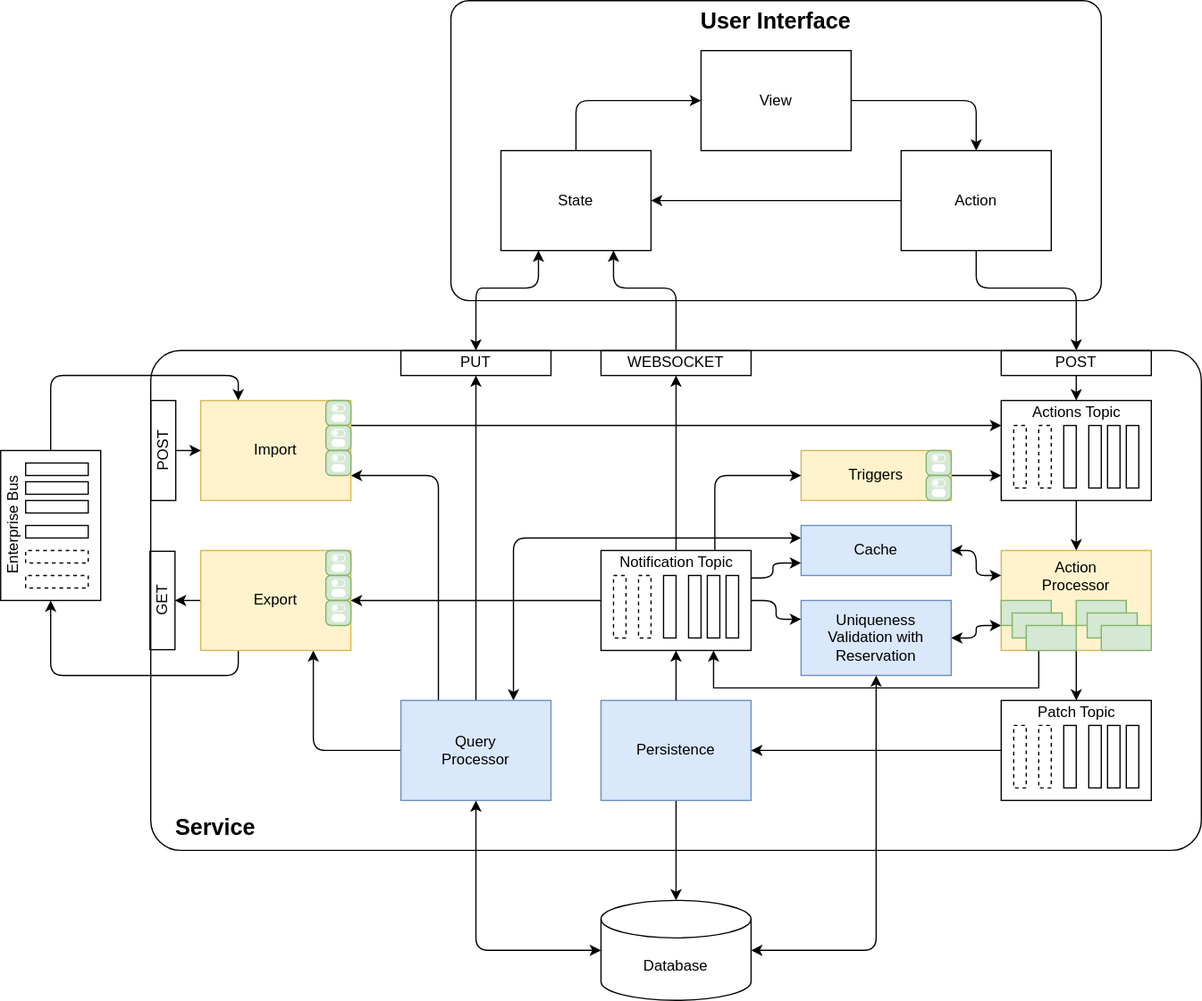
YuriyGorvitovskiy/state-patch-sql keeps this draw.io diagram as architecture-overview.svg. Above is the earlier version. Source tidied: cells renumbered, new cells last; positions are measured from the earlier drawing's top-left corner, leaving out a move shared by most shapes.
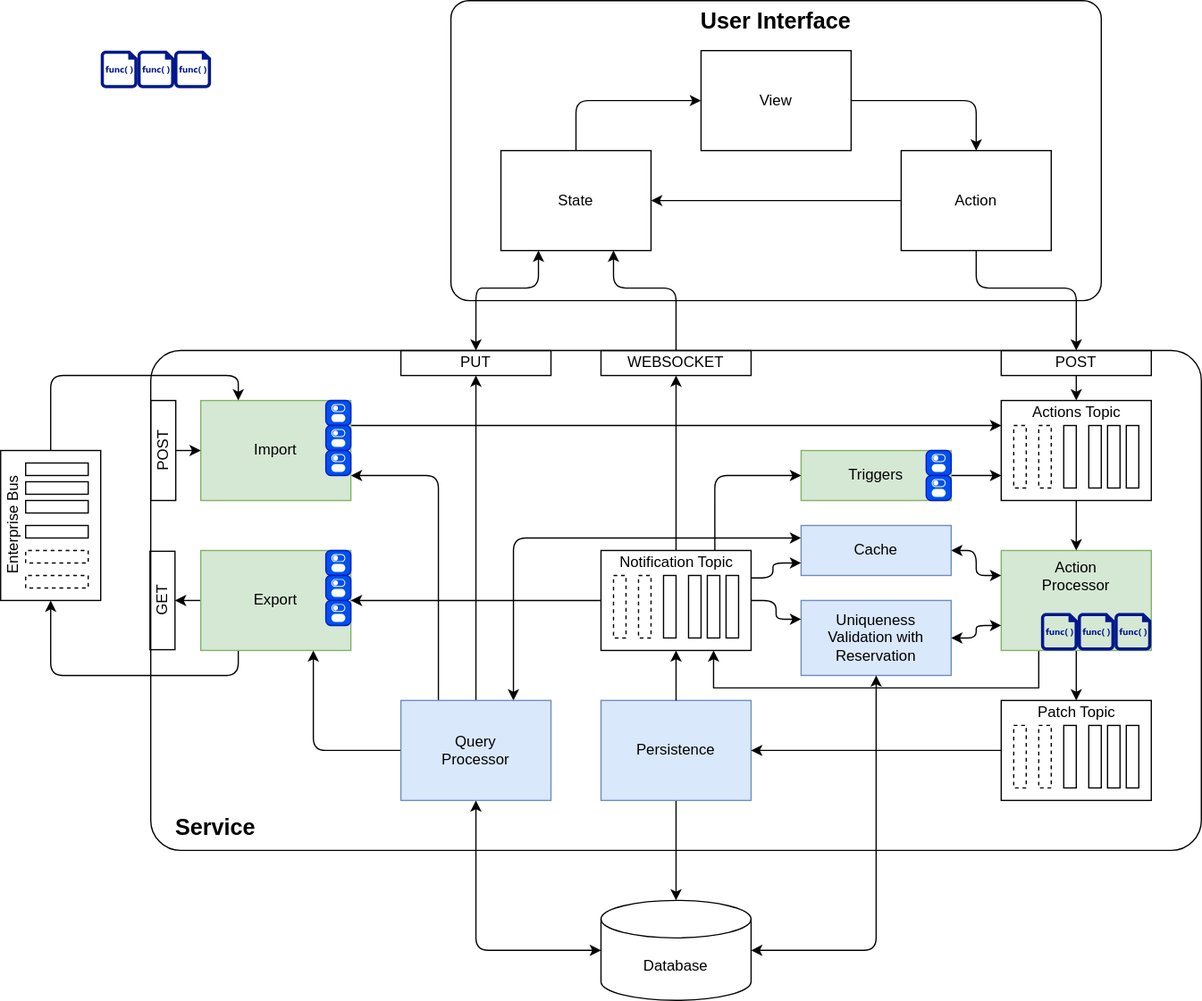
The same diagram one commit later.

Diff of the diagram source:
```diff
@@ -72,7 +72,7 @@
     <mxCell id="21" style="edgeStyle=orthogonalEdgeStyle;rounded=1;jettySize=auto;html=1;exitX=1;exitY=0.5;exitDx=0;exitDy=0;entryX=0;entryY=0.75;entryDx=0;entryDy=0;startArrow=none;startFill=0;fontSize=12;" parent="1" edge="1" source="22" target="13">
       <mxGeometry relative="1" as="geometry" />
     </mxCell>
-    <mxCell id="22" value="Triggers" style="whiteSpace=wrap;html=1;fillColor=#fff2cc;strokeColor=#d6b656;" parent="1" vertex="1">
+    <mxCell id="22" value="Triggers" style="whiteSpace=wrap;html=1;fillColor=#d5e8d4;strokeColor=#82b366;" parent="1" vertex="1">
       <mxGeometry x="675" y="360" width="120" height="40" as="geometry" />
     </mxCell>
     <mxCell id="23" style="edgeStyle=orthogonalEdgeStyle;rounded=0;jettySize=auto;html=1;exitX=0.5;exitY=1;exitDx=0;exitDy=0;startArrow=none;startFill=0;fontSize=12;" parent="1" edge="1" source="25" target="34">
@@ -86,7 +86,7 @@
         </Array>
       </mxGeometry>
     </mxCell>
-    <mxCell id="25" value="Action&lt;br&gt;Processor" style="whiteSpace=wrap;html=1;fillColor=#fff2cc;strokeColor=#d6b656;verticalAlign=top;align=center;" parent="1" vertex="1">
+    <mxCell id="25" value="Action&lt;br&gt;Processor" style="whiteSpace=wrap;html=1;fillColor=#d5e8d4;strokeColor=#82b366;verticalAlign=top;align=center;" parent="1" vertex="1">
       <mxGeometry x="835" y="440" width="120" height="80" as="geometry" />
     </mxCell>
     <mxCell id="26" style="group;direction=west;" parent="1" vertex="1">
@@ -154,7 +154,7 @@
     <mxCell id="45" style="edgeStyle=orthogonalEdgeStyle;rounded=1;jettySize=auto;html=1;exitX=1;exitY=0.25;exitDx=0;exitDy=0;entryX=0;entryY=0.25;entryDx=0;entryDy=0;startArrow=none;startFill=0;fontSize=12;" parent="1" edge="1" source="46" target="13">
       <mxGeometry relative="1" as="geometry" />
     </mxCell>
-    <mxCell id="46" value="Import" style="whiteSpace=wrap;html=1;fillColor=#fff2cc;strokeColor=#d6b656;" parent="1" vertex="1">
+    <mxCell id="46" value="Import" style="whiteSpace=wrap;html=1;fillColor=#d5e8d4;strokeColor=#82b366;" parent="1" vertex="1">
       <mxGeometry x="195" y="320" width="120" height="80" as="geometry" />
     </mxCell>
     <mxCell id="47" style="edgeStyle=orthogonalEdgeStyle;rounded=1;jettySize=auto;html=1;exitX=1;exitY=0.5;exitDx=0;exitDy=0;entryX=0;entryY=0.25;entryDx=0;entryDy=0;startArrow=classic;startFill=1;fontSize=12;" parent="1" edge="1" source="48" target="25">
@@ -228,7 +228,7 @@
     <mxCell id="68" style="edgeStyle=orthogonalEdgeStyle;rounded=1;jettySize=auto;html=1;exitX=0.25;exitY=1;exitDx=0;exitDy=0;entryX=0;entryY=0.5;entryDx=0;entryDy=0;startArrow=none;startFill=0;fontSize=12;" parent="1" edge="1" source="69" target="59">
       <mxGeometry relative="1" as="geometry" />
     </mxCell>
-    <mxCell id="69" value="Export" style="whiteSpace=wrap;html=1;fillColor=#fff2cc;strokeColor=#d6b656;" parent="1" vertex="1">
+    <mxCell id="69" value="Export" style="whiteSpace=wrap;html=1;fillColor=#d5e8d4;strokeColor=#82b366;" parent="1" vertex="1">
       <mxGeometry x="195" y="440" width="120" height="80" as="geometry" />
     </mxCell>
     <mxCell id="70" style="edgeStyle=orthogonalEdgeStyle;rounded=0;jettySize=auto;html=1;exitX=0;exitY=0.5;exitDx=0;exitDy=0;entryX=1;entryY=0.5;entryDx=0;entryDy=0;startArrow=none;startFill=0;fontSize=12;" parent="1" edge="1" source="27" target="36">
@@ -297,47 +297,47 @@
         </Array>
       </mxGeometry>
     </mxCell>
-    <mxCell id="89" style="rounded=0;whiteSpace=wrap;html=1;fillColor=#d5e8d4;strokeColor=#82b366;" parent="1" vertex="1">
-      <mxGeometry x="895" y="480" width="40" height="20" as="geometry" />
-    </mxCell>
-    <mxCell id="90" style="rounded=0;whiteSpace=wrap;html=1;fillColor=#d5e8d4;strokeColor=#82b366;" parent="1" vertex="1">
-      <mxGeometry x="903.8" y="490" width="40" height="20" as="geometry" />
-    </mxCell>
-    <mxCell id="91" style="rounded=0;whiteSpace=wrap;html=1;fillColor=#d5e8d4;strokeColor=#82b366;" parent="1" vertex="1">
-      <mxGeometry x="915" y="500" width="40" height="20" as="geometry" />
-    </mxCell>
-    <mxCell id="92" style="rounded=0;whiteSpace=wrap;html=1;fillColor=#d5e8d4;strokeColor=#82b366;" parent="1" vertex="1">
-      <mxGeometry x="835" y="480" width="40" height="20" as="geometry" />
-    </mxCell>
-    <mxCell id="93" style="rounded=0;whiteSpace=wrap;html=1;fillColor=#d5e8d4;strokeColor=#82b366;" parent="1" vertex="1">
-      <mxGeometry x="843.8" y="490" width="40" height="20" as="geometry" />
-    </mxCell>
-    <mxCell id="94" style="rounded=0;whiteSpace=wrap;html=1;fillColor=#d5e8d4;strokeColor=#82b366;" parent="1" vertex="1">
-      <mxGeometry x="855" y="500" width="40" height="20" as="geometry" />
-    </mxCell>
-    <mxCell id="95" style="html=1;strokeWidth=1;shadow=0;dashed=0;shape=mxgraph.ios7.misc.switch;fillColor=#d5e8d4;strokeColor=#82b366;buttonText=;strokeColor2=#222222;fontSize=8;verticalLabelPosition=bottom;verticalAlign=top;align=center;" parent="1" vertex="1">
+    <mxCell id="95" style="html=1;strokeWidth=1;shadow=0;dashed=0;shape=mxgraph.ios7.misc.switch;fillColor=#0050ef;strokeColor=#001DBC;buttonText=;strokeColor2=#222222;fontSize=8;verticalLabelPosition=bottom;verticalAlign=top;align=center;fontColor=#ffffff;" parent="1" vertex="1">
       <mxGeometry x="295" y="320" width="20" height="20" as="geometry" />
     </mxCell>
-    <mxCell id="96" style="html=1;strokeWidth=1;shadow=0;dashed=0;shape=mxgraph.ios7.misc.switch;fillColor=#d5e8d4;strokeColor=#82b366;buttonText=;strokeColor2=#222222;fontSize=8;verticalLabelPosition=bottom;verticalAlign=top;align=center;" parent="1" vertex="1">
+    <mxCell id="96" style="html=1;strokeWidth=1;shadow=0;dashed=0;shape=mxgraph.ios7.misc.switch;fillColor=#0050ef;strokeColor=#001DBC;buttonText=;strokeColor2=#222222;fontSize=8;verticalLabelPosition=bottom;verticalAlign=top;align=center;fontColor=#ffffff;" parent="1" vertex="1">
       <mxGeometry x="295" y="340" width="20" height="20" as="geometry" />
     </mxCell>
-    <mxCell id="97" style="html=1;strokeWidth=1;shadow=0;dashed=0;shape=mxgraph.ios7.misc.switch;fillColor=#d5e8d4;strokeColor=#82b366;buttonText=;strokeColor2=#222222;fontSize=8;verticalLabelPosition=bottom;verticalAlign=top;align=center;" parent="1" vertex="1">
+    <mxCell id="97" style="html=1;strokeWidth=1;shadow=0;dashed=0;shape=mxgraph.ios7.misc.switch;fillColor=#0050ef;strokeColor=#001DBC;buttonText=;strokeColor2=#222222;fontSize=8;verticalLabelPosition=bottom;verticalAlign=top;align=center;fontColor=#ffffff;" parent="1" vertex="1">
       <mxGeometry x="295" y="360" width="20" height="20" as="geometry" />
     </mxCell>
-    <mxCell id="98" style="html=1;strokeWidth=1;shadow=0;dashed=0;shape=mxgraph.ios7.misc.switch;fillColor=#d5e8d4;strokeColor=#82b366;buttonText=;strokeColor2=#222222;fontSize=8;verticalLabelPosition=bottom;verticalAlign=top;align=center;" parent="1" vertex="1">
+    <mxCell id="98" style="html=1;strokeWidth=1;shadow=0;dashed=0;shape=mxgraph.ios7.misc.switch;fillColor=#0050ef;strokeColor=#001DBC;buttonText=;strokeColor2=#222222;fontSize=8;verticalLabelPosition=bottom;verticalAlign=top;align=center;fontColor=#ffffff;" parent="1" vertex="1">
       <mxGeometry x="295" y="440" width="20" height="20" as="geometry" />
     </mxCell>
-    <mxCell id="99" style="html=1;strokeWidth=1;shadow=0;dashed=0;shape=mxgraph.ios7.misc.switch;fillColor=#d5e8d4;strokeColor=#82b366;buttonText=;strokeColor2=#222222;fontSize=8;verticalLabelPosition=bottom;verticalAlign=top;align=center;" parent="1" vertex="1">
+    <mxCell id="99" style="html=1;strokeWidth=1;shadow=0;dashed=0;shape=mxgraph.ios7.misc.switch;fillColor=#0050ef;strokeColor=#001DBC;buttonText=;strokeColor2=#222222;fontSize=8;verticalLabelPosition=bottom;verticalAlign=top;align=center;fontColor=#ffffff;" parent="1" vertex="1">
       <mxGeometry x="295" y="460" width="20" height="20" as="geometry" />
     </mxCell>
-    <mxCell id="100" style="html=1;strokeWidth=1;shadow=0;dashed=0;shape=mxgraph.ios7.misc.switch;fillColor=#d5e8d4;strokeColor=#82b366;buttonText=;strokeColor2=#222222;fontSize=8;verticalLabelPosition=bottom;verticalAlign=top;align=center;" parent="1" vertex="1">
+    <mxCell id="100" style="html=1;strokeWidth=1;shadow=0;dashed=0;shape=mxgraph.ios7.misc.switch;fillColor=#0050ef;strokeColor=#001DBC;buttonText=;strokeColor2=#222222;fontSize=8;verticalLabelPosition=bottom;verticalAlign=top;align=center;fontColor=#ffffff;" parent="1" vertex="1">
       <mxGeometry x="295" y="480" width="20" height="20" as="geometry" />
     </mxCell>
-    <mxCell id="101" style="html=1;strokeWidth=1;shadow=0;dashed=0;shape=mxgraph.ios7.misc.switch;fillColor=#d5e8d4;strokeColor=#82b366;buttonText=;strokeColor2=#222222;fontSize=8;verticalLabelPosition=bottom;verticalAlign=top;align=center;" parent="1" vertex="1">
+    <mxCell id="101" style="html=1;strokeWidth=1;shadow=0;dashed=0;shape=mxgraph.ios7.misc.switch;fillColor=#0050ef;strokeColor=#001DBC;buttonText=;strokeColor2=#222222;fontSize=8;verticalLabelPosition=bottom;verticalAlign=top;align=center;fontColor=#ffffff;" parent="1" vertex="1">
       <mxGeometry x="775" y="360" width="20" height="20" as="geometry" />
     </mxCell>
-    <mxCell id="102" style="html=1;strokeWidth=1;shadow=0;dashed=0;shape=mxgraph.ios7.misc.switch;fillColor=#d5e8d4;strokeColor=#82b366;buttonText=;strokeColor2=#222222;fontSize=8;verticalLabelPosition=bottom;verticalAlign=top;align=center;" parent="1" vertex="1">
+    <mxCell id="102" style="html=1;strokeWidth=1;shadow=0;dashed=0;shape=mxgraph.ios7.misc.switch;fillColor=#0050ef;strokeColor=#001DBC;buttonText=;strokeColor2=#222222;fontSize=8;verticalLabelPosition=bottom;verticalAlign=top;align=center;fontColor=#ffffff;" parent="1" vertex="1">
       <mxGeometry x="775" y="380" width="20" height="20" as="geometry" />
     </mxCell>
+    <mxCell id="103" style="shadow=0;dashed=0;html=1;strokeColor=none;labelPosition=center;verticalLabelPosition=bottom;verticalAlign=top;align=center;fillColor=#00188D;shape=mxgraph.mscae.enterprise.code_file;" parent="1" vertex="1">
+      <mxGeometry x="115" y="40" width="29.4" height="30" as="geometry" />
+    </mxCell>
+    <mxCell id="104" style="shadow=0;dashed=0;html=1;strokeColor=none;labelPosition=center;verticalLabelPosition=bottom;verticalAlign=top;align=center;fillColor=#00188D;shape=mxgraph.mscae.enterprise.code_file;" parent="1" vertex="1">
+      <mxGeometry x="144.4" y="40" width="29.4" height="30" as="geometry" />
+    </mxCell>
+    <mxCell id="105" style="shadow=0;dashed=0;html=1;strokeColor=none;labelPosition=center;verticalLabelPosition=bottom;verticalAlign=top;align=center;fillColor=#00188D;shape=mxgraph.mscae.enterprise.code_file;" parent="1" vertex="1">
+      <mxGeometry x="173.8" y="40" width="29.4" height="30" as="geometry" />
+    </mxCell>
+    <mxCell id="106" style="shadow=0;dashed=0;html=1;strokeColor=none;labelPosition=center;verticalLabelPosition=bottom;verticalAlign=top;align=center;fillColor=#00188D;shape=mxgraph.mscae.enterprise.code_file;" parent="1" vertex="1">
+      <mxGeometry x="866.8" y="490" width="29.4" height="30" as="geometry" />
+    </mxCell>
+    <mxCell id="107" style="shadow=0;dashed=0;html=1;strokeColor=none;labelPosition=center;verticalLabelPosition=bottom;verticalAlign=top;align=center;fillColor=#00188D;shape=mxgraph.mscae.enterprise.code_file;" parent="1" vertex="1">
+      <mxGeometry x="896.2" y="490" width="29.4" height="30" as="geometry" />
+    </mxCell>
+    <mxCell id="108" style="shadow=0;dashed=0;html=1;strokeColor=none;labelPosition=center;verticalLabelPosition=bottom;verticalAlign=top;align=center;fillColor=#00188D;shape=mxgraph.mscae.enterprise.code_file;" parent="1" vertex="1">
+      <mxGeometry x="925.6" y="490" width="29.4" height="30" as="geometry" />
+    </mxCell>
   </root>
 </mxGraphModel>
```
